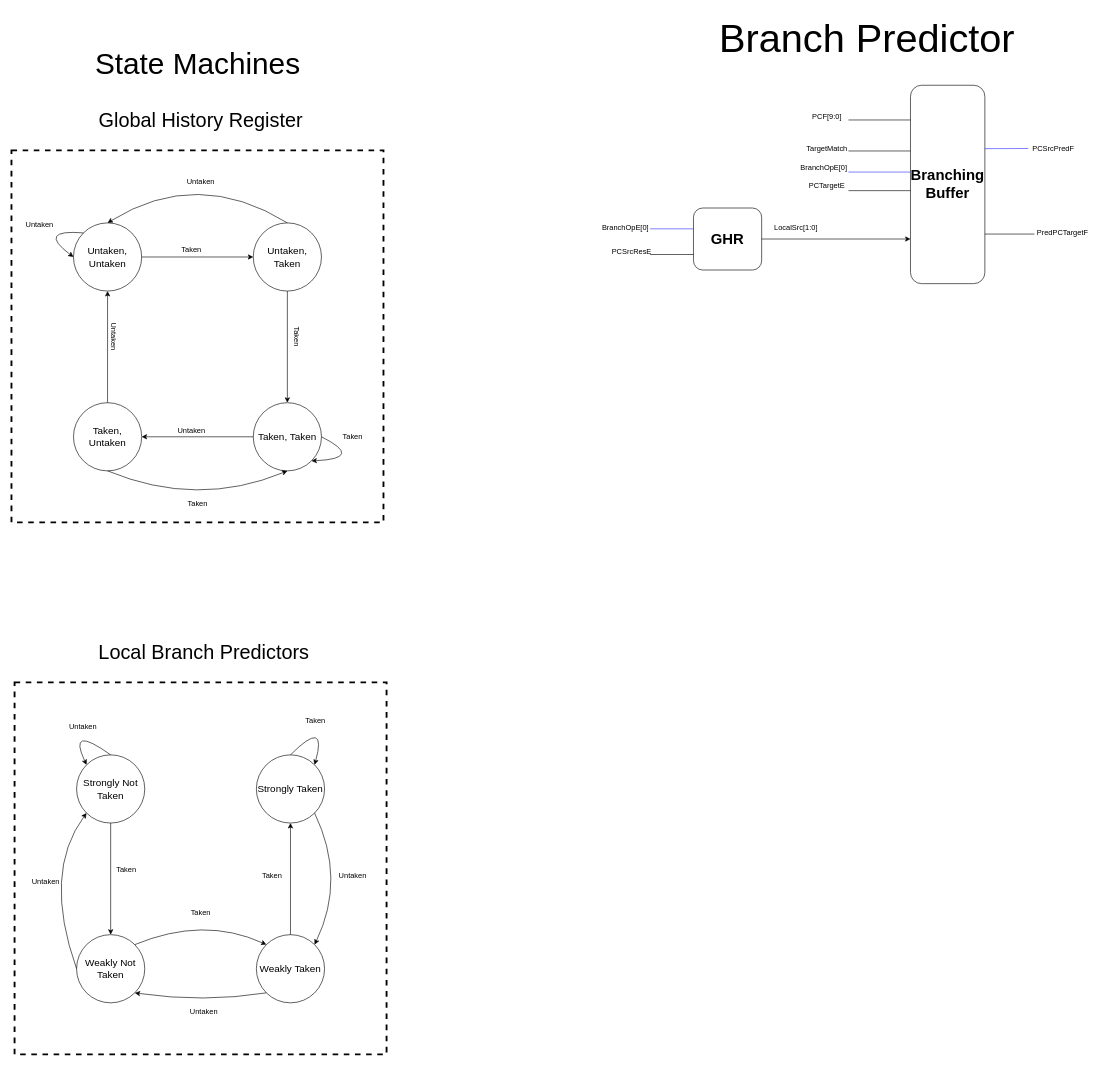
This is page "Branch Predictor" (4 of 4) of Documentation/RISC-V Pipelined Schematic.drawio from Biggo03/RISC-V-Pipelined, a draw.io file, before an edit. Source tidied: cells renumbered, new cells numbered last; positions are measured from the earlier drawing's top-left corner, leaving out a move shared by most shapes. Both pictures are drawn from the tidied source at 62%, with x=0, y=0 at pixel (11, 11).
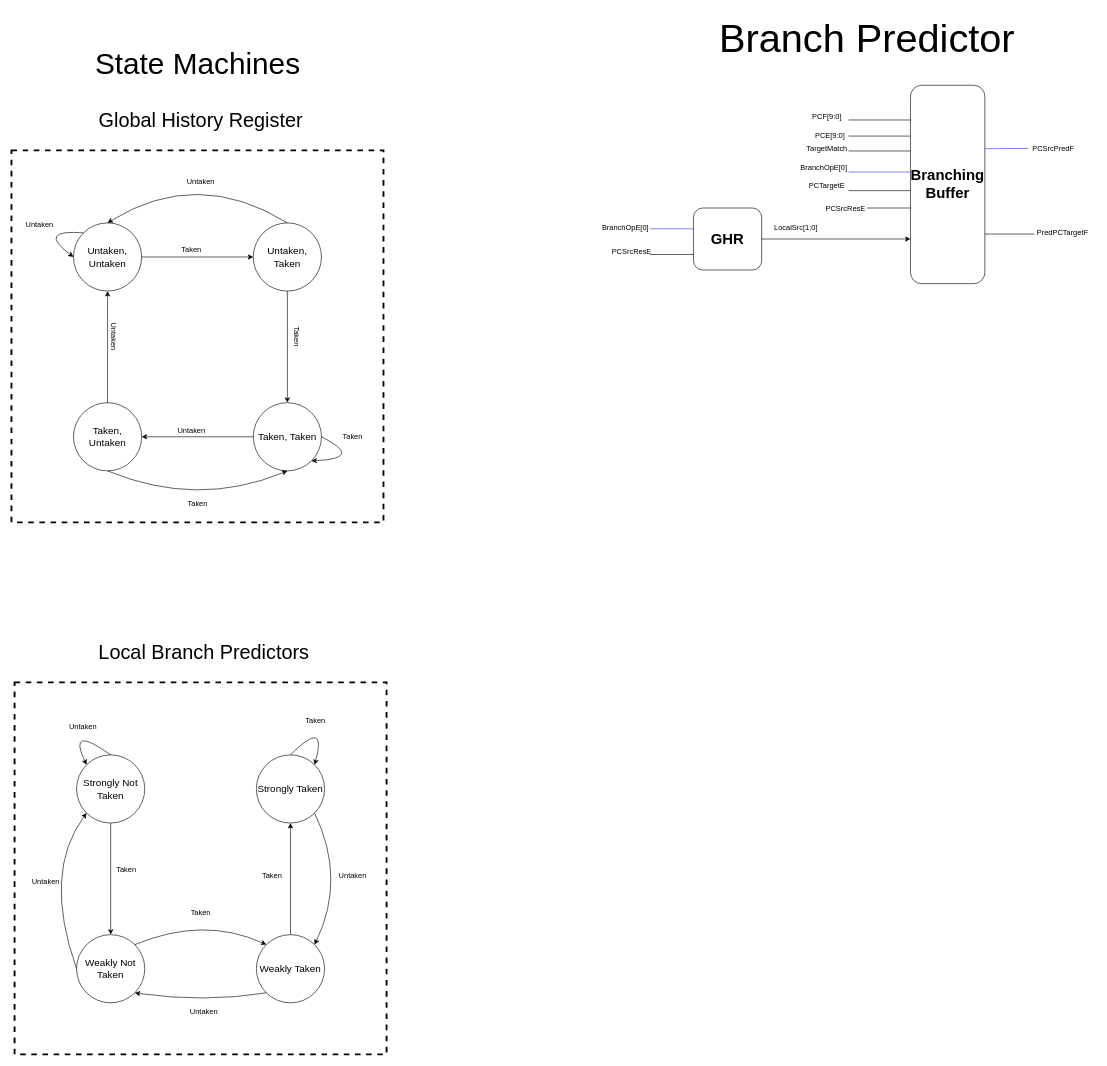
The same page after the edit.

What changed in the source:
```diff
@@
+    <mxCell id="68" style="endArrow=none;html=1;rounded=0;entryX=0;entryY=0.75;entryDx=0;entryDy=0;" parent="1" edge="1">
+      <mxGeometry relative="1" as="geometry">
+        <mxPoint x="1380" y="318" as="sourcePoint" />
+        <mxPoint x="1450" y="318" as="targetPoint" />
+      </mxGeometry>
+    </mxCell>
+    <mxCell id="69" value="PCSrcResE" style="text;html=1;align=center;verticalAlign=middle;strokeColor=none;fillColor=none;" parent="1" vertex="1">
+      <mxGeometry x="1300" y="305" width="90" height="30" as="geometry" />
+    </mxCell>
+    <mxCell id="70" value="PCE[9:0]" style="text;html=1;align=center;verticalAlign=middle;strokeColor=none;fillColor=none;" parent="1" vertex="1">
+      <mxGeometry x="1285" y="186" width="70" height="30" as="geometry" />
+    </mxCell>
+    <mxCell id="71" style="endArrow=none;html=1;rounded=0;" parent="1" edge="1">
+      <mxGeometry relative="1" as="geometry">
+        <mxPoint x="1350" y="202" as="sourcePoint" />
+        <mxPoint x="1450" y="202" as="targetPoint" />
+      </mxGeometry>
+    </mxCell>
```
